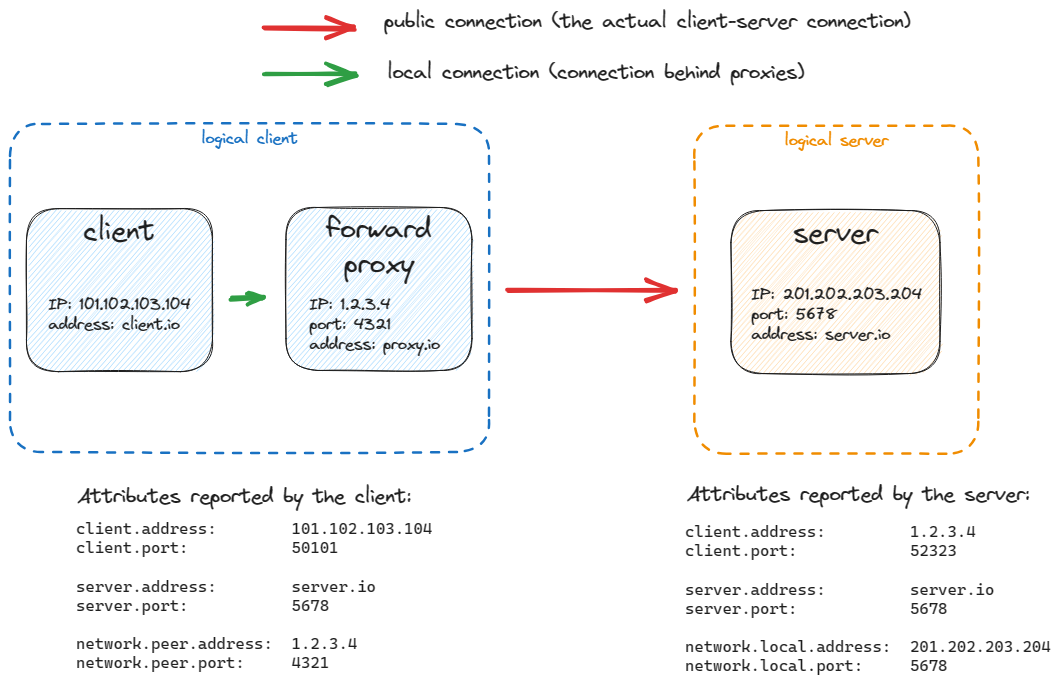
Before: docs/general/forward-proxy.png, a diagram exported from Excalidraw (open-telemetry/semantic-conventions). Source tidied: one line per element, renumbered; positions are measured from the earlier drawing's top-left corner, leaving out a move shared by most shapes.
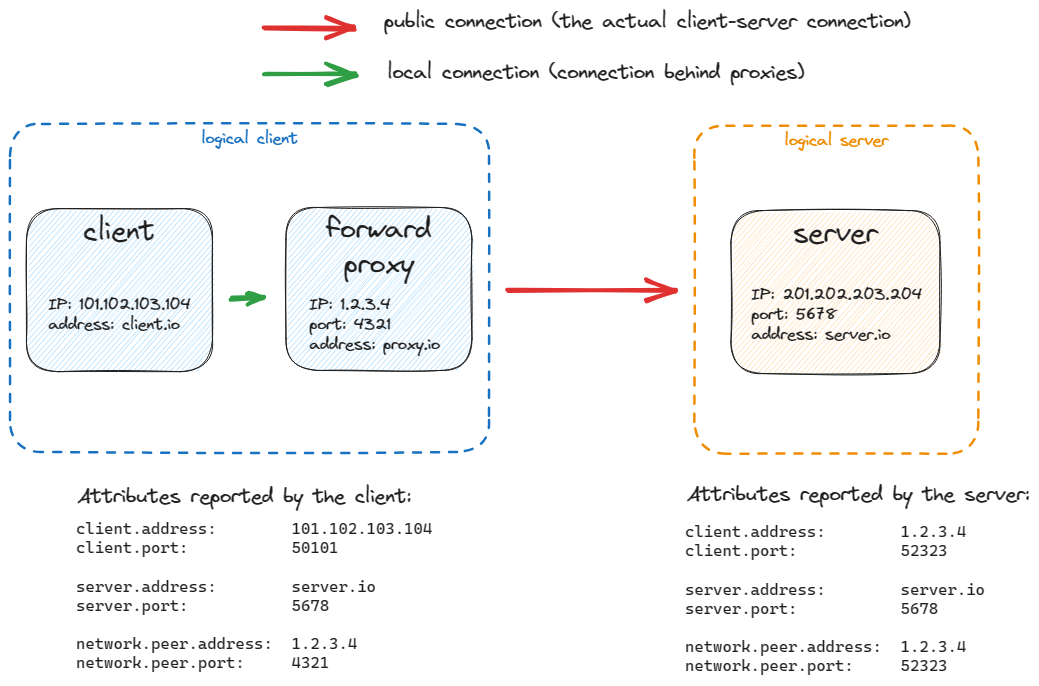
Above is the later version.

Diff of the diagram source:
```diff
@@ -14,7 +14,7 @@
 {"id": 13, "type": "rectangle", "strokeColor": "#1e1e1e", "backgroundColor": "#ffd8a8", "fillStyle": "hachure", "strokeWidth": 1, "roughness": 1, "round": true, "x": 721, "y": 201, "width": 209, "height": 163}
 {"id": 14, "type": "text", "text": "server", "strokeColor": "#1e1e1e", "backgroundColor": "#a5d8ff", "fillStyle": "hachure", "strokeWidth": 1, "roughness": 1, "fontSize": 28, "fontFamily": 1, "textAlign": "center", "inside": 13, "x": 783, "y": 206, "width": 85, "height": 35}
 {"id": 15, "type": "text", "text": "IP: 201.202.203.204\nport: 5678\naddress: server.io", "strokeColor": "#1e1e1e", "backgroundColor": "#a5d8ff", "fillStyle": "hachure", "strokeWidth": 1, "roughness": 1, "fontSize": 16, "fontFamily": 1, "x": 741, "y": 275, "width": 171, "height": 60}
-{"id": 16, "type": "text", "text": "client.address:         1.2.3.4\nclient.port:            52323\n\nserver.address:         server.io\nserver.port:            5678\n\nnetwork.local.address:  201.202.203.204\nnetwork.local.port:     5678", "strokeColor": "#1e1e1e", "backgroundColor": "#a5d8ff", "fillStyle": "hachure", "strokeWidth": 1, "roughness": 1, "fontSize": 16, "fontFamily": 3, "x": 675, "y": 512, "width": 366, "height": 154}
+{"id": 16, "type": "text", "text": "client.address:        1.2.3.4\nclient.port:           52323\n\nserver.address:        server.io\nserver.port:           5678\n\nnetwork.peer.address:  1.2.3.4\nnetwork.peer.port:     52323", "strokeColor": "#1e1e1e", "backgroundColor": "#a5d8ff", "fillStyle": "hachure", "strokeWidth": 1, "roughness": 1, "fontSize": 16, "fontFamily": 3, "x": 675, "y": 512, "width": 300, "height": 154}
 {"id": 17, "type": "text", "text": "Attributes reported by the client:", "strokeColor": "#1e1e1e", "backgroundColor": "#a5d8ff", "fillStyle": "hachure", "strokeWidth": 1, "roughness": 1, "fontSize": 20, "fontFamily": 1, "x": 67, "y": 475, "width": 334, "height": 25}
 {"id": 18, "type": "text", "text": "Attributes reported by the server:", "strokeColor": "#1e1e1e", "backgroundColor": "#a5d8ff", "fillStyle": "hachure", "strokeWidth": 1, "roughness": 1, "fontSize": 20, "fontFamily": 1, "x": 677, "y": 473, "width": 343, "height": 25}
 {"id": 19, "type": "rectangle", "strokeColor": "#1e1e1e", "backgroundColor": "#a5d8ff", "fillStyle": "hachure", "strokeWidth": 1, "roughness": 1, "round": true, "x": 276, "y": 197, "width": 186, "height": 163}
```
